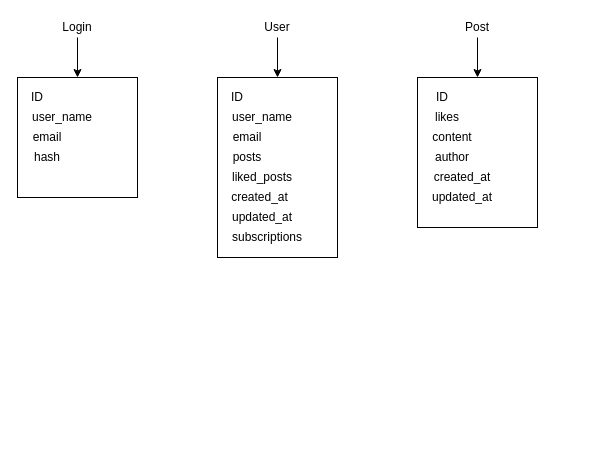
This is Untitled Diagram.drawio from skhv-a/tweeter-clone, a draw.io file, before an edit. Source tidied: cells renumbered, new cells numbered last; positions are measured from the earlier drawing's top-left corner, leaving out a move shared by most shapes. Both pictures are drawn from the tidied source at 100%, with x=0, y=0 at pixel (17, 17).
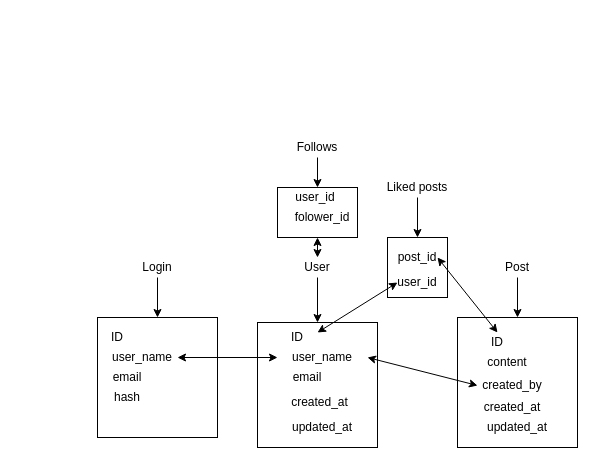
The same diagram, later.

Change to the diagram source:
```diff
@@
+    <mxCell id="29" style="rounded=0;whiteSpace=wrap;html=1;" parent="1" vertex="1">
+      <mxGeometry x="260" y="170" width="80" height="50" as="geometry" />
+    </mxCell>
+    <mxCell id="30" style="rounded=0;whiteSpace=wrap;html=1;" parent="1" vertex="1">
+      <mxGeometry x="370" y="220" width="60" height="60" as="geometry" />
+    </mxCell>
@@
     <mxCell id="3" value="User" style="text;html=1;strokeColor=none;fillColor=none;align=center;verticalAlign=middle;whiteSpace=wrap;rounded=0;" parent="1" vertex="1">
-      <mxGeometry x="240" width="40" height="20" as="geometry" />
+      <mxGeometry x="280" y="240" width="40" height="20" as="geometry" />
     </mxCell>
@@
     <mxCell id="5" value="Post" style="text;html=1;strokeColor=none;fillColor=none;align=center;verticalAlign=middle;whiteSpace=wrap;rounded=0;" parent="1" vertex="1">
-      <mxGeometry x="440" width="40" height="20" as="geometry" />
+      <mxGeometry x="480" y="240" width="40" height="20" as="geometry" />
     </mxCell>
     <mxCell id="6" style="whiteSpace=wrap;html=1;" parent="1" vertex="1">
-      <mxGeometry x="200" y="60" width="120" height="180" as="geometry" />
+      <mxGeometry x="240" y="305" width="120" height="125" as="geometry" />
     </mxCell>
     <mxCell id="7" value="ID" style="text;html=1;strokeColor=none;fillColor=none;align=center;verticalAlign=middle;whiteSpace=wrap;rounded=0;" parent="1" vertex="1">
-      <mxGeometry x="200" y="70" width="40" height="20" as="geometry" />
+      <mxGeometry x="260" y="310" width="40" height="20" as="geometry" />
     </mxCell>
     <mxCell id="8" value="user_name" style="text;html=1;strokeColor=none;fillColor=none;align=center;verticalAlign=middle;whiteSpace=wrap;rounded=0;" parent="1" vertex="1">
-      <mxGeometry x="200" y="90" width="90" height="20" as="geometry" />
+      <mxGeometry x="260" y="330" width="90" height="20" as="geometry" />
     </mxCell>
-    <mxCell id="9" value="posts" style="text;html=1;strokeColor=none;fillColor=none;align=center;verticalAlign=middle;whiteSpace=wrap;rounded=0;" parent="1" vertex="1">
-      <mxGeometry x="200" y="130" width="60" height="20" as="geometry" />
-    </mxCell>
-    <mxCell id="10" value="liked_posts" style="text;html=1;strokeColor=none;fillColor=none;align=center;verticalAlign=middle;whiteSpace=wrap;rounded=0;" parent="1" vertex="1">
-      <mxGeometry x="200" y="150" width="90" height="20" as="geometry" />
-    </mxCell>
@@
     <mxCell id="12" value="Login" style="text;html=1;strokeColor=none;fillColor=none;align=center;verticalAlign=middle;whiteSpace=wrap;rounded=0;" parent="1" vertex="1">
-      <mxGeometry x="40" width="40" height="20" as="geometry" />
+      <mxGeometry x="120" y="240" width="40" height="20" as="geometry" />
     </mxCell>
     <mxCell id="13" style="whiteSpace=wrap;html=1;" parent="1" vertex="1">
-      <mxGeometry y="60" width="120" height="120" as="geometry" />
+      <mxGeometry x="80" y="300" width="120" height="120" as="geometry" />
     </mxCell>
     <mxCell id="14" value="ID" style="text;html=1;strokeColor=none;fillColor=none;align=center;verticalAlign=middle;whiteSpace=wrap;rounded=0;" parent="1" vertex="1">
-      <mxGeometry x="10" y="70" width="20" height="20" as="geometry" />
+      <mxGeometry x="90" y="310" width="20" height="20" as="geometry" />
     </mxCell>
     <mxCell id="15" value="email" style="text;html=1;strokeColor=none;fillColor=none;align=center;verticalAlign=middle;whiteSpace=wrap;rounded=0;" parent="1" vertex="1">
-      <mxGeometry x="210" y="110" width="40" height="20" as="geometry" />
+      <mxGeometry x="270" y="350" width="40" height="20" as="geometry" />
     </mxCell>
     <mxCell id="16" value="user_name" style="text;html=1;strokeColor=none;fillColor=none;align=center;verticalAlign=middle;whiteSpace=wrap;rounded=0;" parent="1" vertex="1">
-      <mxGeometry x="10" y="90" width="70" height="20" as="geometry" />
+      <mxGeometry x="90" y="330" width="70" height="20" as="geometry" />
     </mxCell>
     <mxCell id="17" value="hash" style="text;html=1;strokeColor=none;fillColor=none;align=center;verticalAlign=middle;whiteSpace=wrap;rounded=0;" parent="1" vertex="1">
-      <mxGeometry x="10" y="130" width="40" height="20" as="geometry" />
+      <mxGeometry x="90" y="370" width="40" height="20" as="geometry" />
     </mxCell>
     <mxCell id="18" value="email" style="text;html=1;strokeColor=none;fillColor=none;align=center;verticalAlign=middle;whiteSpace=wrap;rounded=0;" parent="1" vertex="1">
-      <mxGeometry x="10" y="110" width="40" height="20" as="geometry" />
+      <mxGeometry x="90" y="350" width="40" height="20" as="geometry" />
     </mxCell>
     <mxCell id="19" style="whiteSpace=wrap;html=1;" parent="1" vertex="1">
-      <mxGeometry x="400" y="60" width="120" height="150" as="geometry" />
+      <mxGeometry x="440" y="300" width="120" height="130" as="geometry" />
     </mxCell>
-    <mxCell id="20" value="ID" style="text;html=1;strokeColor=none;fillColor=none;align=center;verticalAlign=middle;whiteSpace=wrap;rounded=0;" parent="1" vertex="1">
-      <mxGeometry x="410" y="70" width="30" height="20" as="geometry" />
-    </mxCell>
-    <mxCell id="21" value="likes" style="text;html=1;strokeColor=none;fillColor=none;align=center;verticalAlign=middle;whiteSpace=wrap;rounded=0;" parent="1" vertex="1">
-      <mxGeometry x="410" y="90" width="40" height="20" as="geometry" />
-    </mxCell>
-    <mxCell id="22" value="content" style="text;html=1;strokeColor=none;fillColor=none;align=center;verticalAlign=middle;whiteSpace=wrap;rounded=0;" parent="1" vertex="1">
-      <mxGeometry x="410" y="110" width="50" height="20" as="geometry" />
-    </mxCell>
-    <mxCell id="23" value="author" style="text;html=1;strokeColor=none;fillColor=none;align=center;verticalAlign=middle;whiteSpace=wrap;rounded=0;" parent="1" vertex="1">
-      <mxGeometry x="410" y="130" width="50" height="20" as="geometry" />
-    </mxCell>
     <mxCell id="24" value="created_at" style="text;html=1;strokeColor=none;fillColor=none;align=center;verticalAlign=middle;whiteSpace=wrap;rounded=0;" parent="1" vertex="1">
-      <mxGeometry x="200" y="170" width="85" height="20" as="geometry" />
+      <mxGeometry x="260" y="375" width="85" height="20" as="geometry" />
     </mxCell>
     <mxCell id="25" value="updated_at" style="text;html=1;strokeColor=none;fillColor=none;align=center;verticalAlign=middle;whiteSpace=wrap;rounded=0;" parent="1" vertex="1">
-      <mxGeometry x="205" y="190" width="80" height="20" as="geometry" />
+      <mxGeometry x="265" y="400" width="80" height="20" as="geometry" />
     </mxCell>
+    <mxCell id="31" style="endArrow=classic;startArrow=classic;html=1;exitX=1;exitY=0.5;exitDx=0;exitDy=0;" parent="1" edge="1" source="16" target="8">
+      <mxGeometry relative="1" as="geometry" />
+    </mxCell>
+    <mxCell id="32" style="edgeStyle=orthogonalEdgeStyle;rounded=0;jettySize=auto;html=1;entryX=0.5;entryY=0;entryDx=0;entryDy=0;" parent="1" edge="1" source="33" target="30">
+      <mxGeometry relative="1" as="geometry" />
+    </mxCell>
+    <mxCell id="33" value="Liked posts" style="text;html=1;strokeColor=none;fillColor=none;align=center;verticalAlign=middle;whiteSpace=wrap;rounded=0;" parent="1" vertex="1">
+      <mxGeometry x="355" y="160" width="90" height="20" as="geometry" />
+    </mxCell>
+    <mxCell id="20" value="ID" style="text;html=1;strokeColor=none;fillColor=none;align=center;verticalAlign=middle;whiteSpace=wrap;rounded=0;" parent="1" vertex="1">
+      <mxGeometry x="465" y="315" width="30" height="20" as="geometry" />
+    </mxCell>
+    <mxCell id="22" value="content" style="text;html=1;strokeColor=none;fillColor=none;align=center;verticalAlign=middle;whiteSpace=wrap;rounded=0;" parent="1" vertex="1">
+      <mxGeometry x="465" y="335" width="50" height="20" as="geometry" />
+    </mxCell>
+    <mxCell id="34" value="created_by" style="text;html=1;strokeColor=none;fillColor=none;align=center;verticalAlign=middle;whiteSpace=wrap;rounded=0;" parent="1" vertex="1">
+      <mxGeometry x="470" y="357.5" width="50" height="20" as="geometry" />
+    </mxCell>
+    <mxCell id="27" value="updated_at" style="text;html=1;strokeColor=none;fillColor=none;align=center;verticalAlign=middle;whiteSpace=wrap;rounded=0;" parent="1" vertex="1">
+      <mxGeometry x="465" y="400" width="70" height="20" as="geometry" />
+    </mxCell>
     <mxCell id="26" value="created_at" style="text;html=1;strokeColor=none;fillColor=none;align=center;verticalAlign=middle;whiteSpace=wrap;rounded=0;" parent="1" vertex="1">
-      <mxGeometry x="410" y="150" width="70" height="20" as="geometry" />
+      <mxGeometry x="460" y="380" width="70" height="20" as="geometry" />
     </mxCell>
-    <mxCell id="27" value="updated_at" style="text;html=1;strokeColor=none;fillColor=none;align=center;verticalAlign=middle;whiteSpace=wrap;rounded=0;" parent="1" vertex="1">
-      <mxGeometry x="410" y="170" width="70" height="20" as="geometry" />
-    </mxCell>
-    <mxCell id="28" value="subscriptions" style="text;html=1;strokeColor=none;fillColor=none;align=center;verticalAlign=middle;whiteSpace=wrap;rounded=0;" parent="1" vertex="1">
-      <mxGeometry x="200" y="210" width="100" height="20" as="geometry" />
-    </mxCell>
+    <mxCell id="35" style="endArrow=classic;startArrow=classic;html=1;exitX=1;exitY=0.5;exitDx=0;exitDy=0;" parent="1" edge="1" source="8">
+      <mxGeometry relative="1" as="geometry">
+        <mxPoint x="460" y="368" as="targetPoint" />
+      </mxGeometry>
+    </mxCell>
+    <mxCell id="36" value="post_id" style="text;html=1;strokeColor=none;fillColor=none;align=center;verticalAlign=middle;whiteSpace=wrap;rounded=0;" parent="1" vertex="1">
+      <mxGeometry x="380" y="230" width="40" height="20" as="geometry" />
+    </mxCell>
+    <mxCell id="37" value="user_id" style="text;html=1;strokeColor=none;fillColor=none;align=center;verticalAlign=middle;whiteSpace=wrap;rounded=0;" parent="1" vertex="1">
+      <mxGeometry x="380" y="255" width="40" height="20" as="geometry" />
+    </mxCell>
+    <mxCell id="38" style="endArrow=classic;startArrow=classic;html=1;exitX=0.5;exitY=0;exitDx=0;exitDy=0;entryX=1;entryY=0.5;entryDx=0;entryDy=0;" parent="1" edge="1" source="20" target="36">
+      <mxGeometry relative="1" as="geometry" />
+    </mxCell>
+    <mxCell id="39" style="endArrow=classic;startArrow=classic;html=1;entryX=0;entryY=0.5;entryDx=0;entryDy=0;exitX=1;exitY=0.25;exitDx=0;exitDy=0;" parent="1" edge="1" source="7" target="37">
+      <mxGeometry relative="1" as="geometry" />
+    </mxCell>
+    <mxCell id="40" style="edgeStyle=orthogonalEdgeStyle;rounded=0;jettySize=auto;html=1;exitX=0.5;exitY=1;exitDx=0;exitDy=0;" parent="1" edge="1" source="41" target="29">
+      <mxGeometry relative="1" as="geometry" />
+    </mxCell>
+    <mxCell id="41" value="Follows" style="text;html=1;strokeColor=none;fillColor=none;align=center;verticalAlign=middle;whiteSpace=wrap;rounded=0;" parent="1" vertex="1">
+      <mxGeometry x="260" y="120" width="80" height="20" as="geometry" />
+    </mxCell>
+    <mxCell id="42" value="folower_id" style="text;html=1;strokeColor=none;fillColor=none;align=center;verticalAlign=middle;whiteSpace=wrap;rounded=0;" parent="1" vertex="1">
+      <mxGeometry x="270" y="190" width="70" height="20" as="geometry" />
+    </mxCell>
+    <mxCell id="43" value="user_id" style="text;html=1;strokeColor=none;fillColor=none;align=center;verticalAlign=middle;whiteSpace=wrap;rounded=0;" parent="1" vertex="1">
+      <mxGeometry x="273" y="170" width="50" height="20" as="geometry" />
+    </mxCell>
+    <mxCell id="44" style="endArrow=classic;startArrow=classic;html=1;entryX=0.5;entryY=1;entryDx=0;entryDy=0;" parent="1" edge="1" target="29">
+      <mxGeometry relative="1" as="geometry">
+        <mxPoint x="300" y="240" as="sourcePoint" />
+      </mxGeometry>
+    </mxCell>
```
